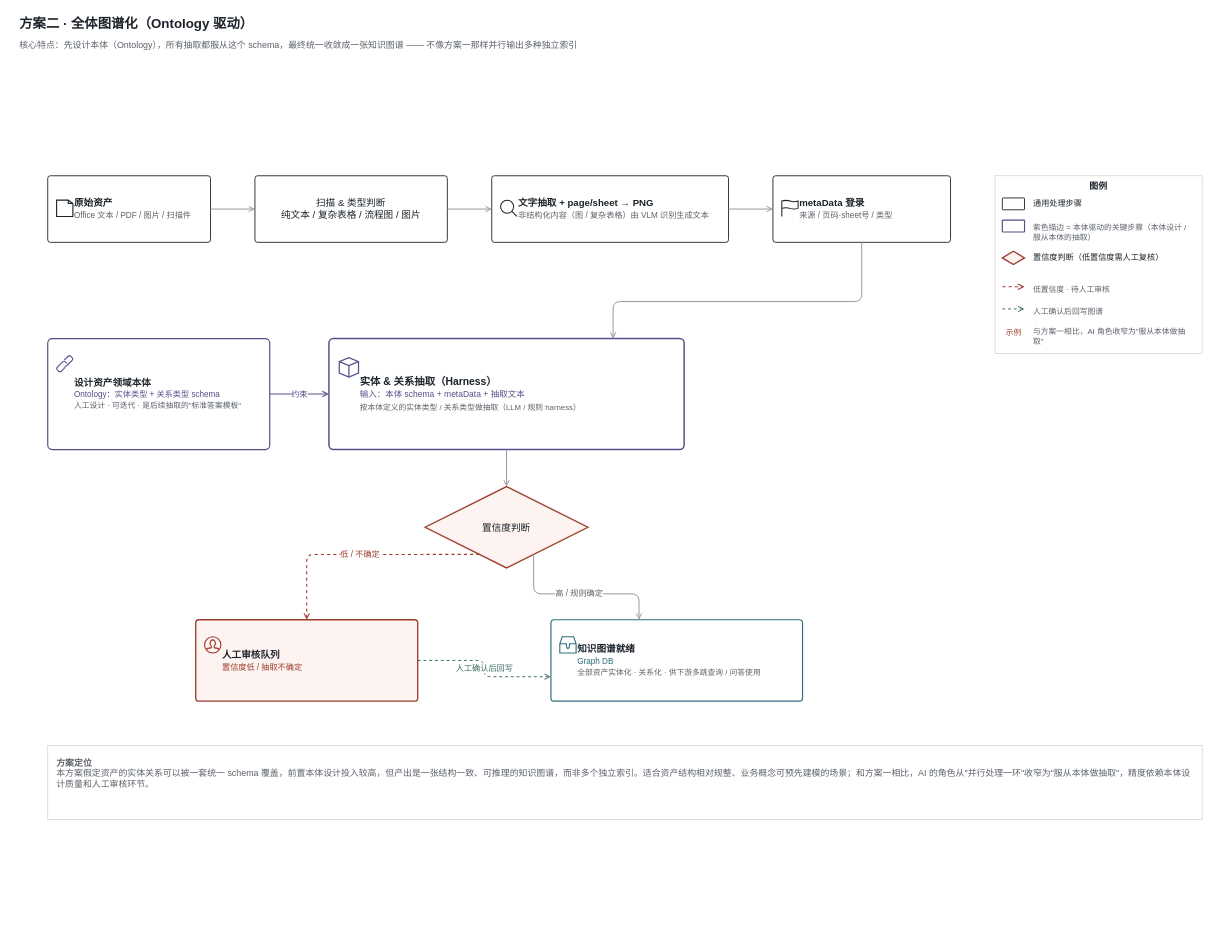
This is docs/public/diagrams/asset-structuring-02-graph.drawio from tiand23/AICompass, a draw.io file, before an edit. Source tidied: cells renumbered, new cells numbered last; positions are measured from the earlier drawing's top-left corner, leaving out a move shared by most shapes. Both pictures are drawn from the tidied source at 74%, with x=0, y=0 at pixel (18, 13).
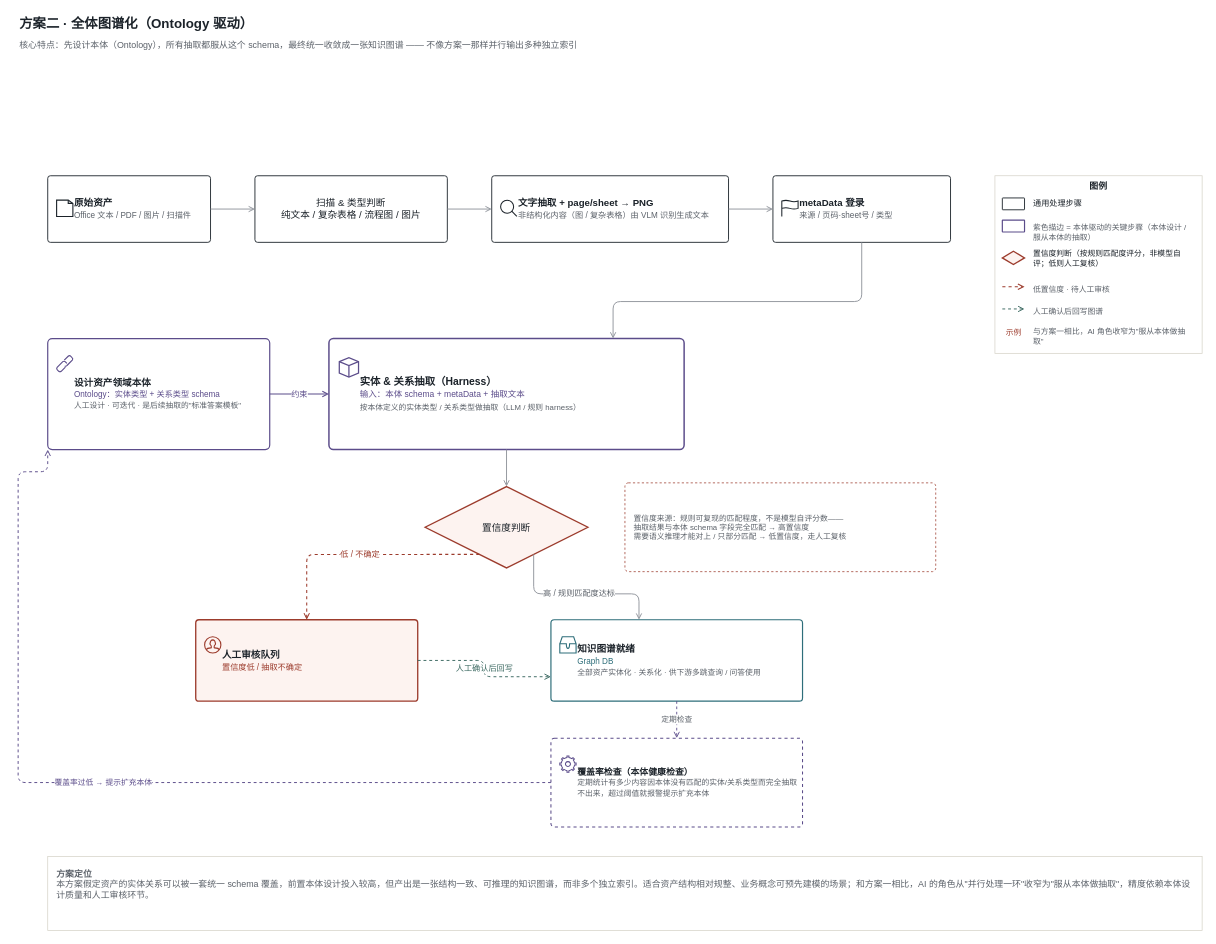
The same page after the edit.

The change refers to these unchanged cells:
```xml
<mxCell id="14" value="&lt;b&gt;设计资产领域本体&lt;/b&gt;&lt;br&gt;&lt;font color=#5B4C8A style=&quot;font-size:11px&quot;&gt;Ontology：实体类型 + 关系类型 schema&lt;/font&gt;&lt;br&gt;&lt;font color=#5B6169 style=&quot;font-size:10.5px&quot;&gt;人工设计 · 可迭代 · 是后续抽取的&quot;标准答案模板&quot;&lt;/font&gt;" style="rounded=1;arcSize=4;whiteSpace=wrap;html=1;fillColor=#FFFFFF;strokeColor=#5B4C8A;strokeWidth=1.6;align=left;verticalAlign=middle;spacingLeft=34;fontSize=13;fontColor=#1B2229;fontFamily=Helvetica;" parent="1" vertex="1">
  <mxGeometry x="40" y="440" width="300" height="150" as="geometry" />
</mxCell>
<mxCell id="20" value="置信度判断" style="rhombus;whiteSpace=wrap;html=1;fillColor=#FDF3F0;strokeColor=#9C3B2C;strokeWidth=1.8;fontSize=13;fontColor=#1B2229;fontFamily=Helvetica;" parent="1" vertex="1">
  <mxGeometry x="550" y="640" width="220" height="110" as="geometry" />
</mxCell>
<mxCell id="24" value="&lt;b&gt;知识图谱就绪&lt;/b&gt;&lt;br&gt;&lt;font color=#2E6E7A style=&quot;font-size:11px&quot;&gt;Graph DB&lt;/font&gt;&lt;br&gt;&lt;font color=#5B6169 style=&quot;font-size:10.5px&quot;&gt;全部资产实体化 · 关系化 · 供下游多跳查询 / 问答使用&lt;/font&gt;" style="rounded=1;arcSize=4;whiteSpace=wrap;html=1;fillColor=#FFFFFF;strokeColor=#2E6E7A;strokeWidth=1.6;align=left;verticalAlign=middle;spacingLeft=34;fontSize=13;fontColor=#1B2229;fontFamily=Helvetica;" parent="1" vertex="1">
  <mxGeometry x="720" y="820" width="340" height="110" as="geometry" />
</mxCell>
<mxCell id="29" value="图例" style="rounded=0;whiteSpace=wrap;html=1;fillColor=none;strokeColor=#D6D3C8;verticalAlign=top;fontStyle=1;fontSize=12;fontColor=#1B2229;fontFamily=Helvetica;" parent="1" vertex="1">
  <mxGeometry x="1320" y="220" width="280" height="240" as="geometry" />
</mxCell>
```

Change to the diagram source:
```diff
@@
+    <mxCell id="43" value="置信度来源：规则可复现的匹配程度，不是模型自评分数——&#10;抽取结果与本体 schema 字段完全匹配 → 高置信度&#10;需要语义推理才能对上 / 只部分匹配 → 低置信度，走人工复核" style="rounded=1;arcSize=4;whiteSpace=wrap;html=1;fillColor=none;strokeColor=#9C3B2C;strokeWidth=1;dashed=1;align=left;verticalAlign=middle;spacingLeft=10;fontSize=10.5;fontColor=#5B6169;fontFamily=Helvetica;" parent="1" vertex="1">
+      <mxGeometry x="820" y="635" width="420" height="120" as="geometry" />
+    </mxCell>
@@
-    <mxCell id="27" value="高 / 规则确定" style="edgeStyle=orthogonalEdgeStyle;rounded=1;html=1;strokeWidth=1.2;strokeColor=#8A8F96;endArrow=open;endFill=0;exitX=0.75;exitY=1;entryX=0.35;entryY=0;labelBackgroundColor=#FFFFFF;fontSize=11;fontColor=#5B6169;" parent="1" edge="1" source="20" target="24">
+    <mxCell id="27" value="高 / 规则匹配度达标" style="edgeStyle=orthogonalEdgeStyle;rounded=1;html=1;strokeWidth=1.2;strokeColor=#8A8F96;endArrow=open;endFill=0;exitX=0.75;exitY=1;entryX=0.35;entryY=0;labelBackgroundColor=#FFFFFF;fontSize=11;fontColor=#5B6169;" parent="1" edge="1" source="20" target="24">
       <mxGeometry relative="1" as="geometry" />
     </mxCell>
@@
+    <mxCell id="44" value="&lt;b&gt;覆盖率检查（本体健康检查）&lt;/b&gt;&lt;br&gt;&lt;font color=#5B6169 style=&quot;font-size:10.5px&quot;&gt;定期统计有多少内容因本体没有匹配的实体/关系类型而完全抽取不出来，超过阈值就报警提示扩充本体&lt;/font&gt;" style="rounded=1;arcSize=4;whiteSpace=wrap;html=1;fillColor=#FFFFFF;strokeColor=#5B4C8A;strokeWidth=1.4;dashed=1;align=left;verticalAlign=middle;spacingLeft=34;fontSize=12;fontColor=#1B2229;fontFamily=Helvetica;" parent="1" vertex="1">
+      <mxGeometry x="720" y="980" width="340" height="120" as="geometry" />
+    </mxCell>
+    <mxCell id="45" style="shape=mxgraph.ios7.icons.settings;html=1;strokeColor=#5B4C8A;fillColor=none;strokeWidth=1.4;" parent="1" vertex="1">
+      <mxGeometry x="732" y="1004" width="22" height="22" as="geometry" />
+    </mxCell>
+    <mxCell id="46" value="定期检查" style="edgeStyle=orthogonalEdgeStyle;rounded=1;html=1;dashed=1;strokeWidth=1.2;strokeColor=#5B4C8A;fontColor=#5B6169;endArrow=open;endFill=0;exitX=0.5;exitY=1;entryX=0.5;entryY=0;labelBackgroundColor=#FFFFFF;fontSize=10.5;" parent="1" edge="1" source="24" target="44">
+      <mxGeometry relative="1" as="geometry" />
+    </mxCell>
+    <mxCell id="47" value="覆盖率过低 → 提示扩充本体" style="edgeStyle=orthogonalEdgeStyle;rounded=1;html=1;dashed=1;strokeWidth=1.3;strokeColor=#5B4C8A;fontColor=#5B4C8A;endArrow=open;endFill=0;exitX=0;exitY=0.5;entryX=0;entryY=1;labelBackgroundColor=#FFFFFF;fontSize=10.5;" parent="1" edge="1" source="44" target="14">
+      <mxGeometry relative="1" as="geometry">
+        <Array as="points">
+          <mxPoint y="1040" />
+          <mxPoint y="620" />
+        </Array>
+      </mxGeometry>
+    </mxCell>
@@
-    <mxCell id="35" value="置信度判断（低置信度需人工复核）" style="text;html=1;whiteSpace=wrap;align=left;verticalAlign=middle;fontSize=11;fontColor=#1B2229;fontFamily=Helvetica;" parent="29" vertex="1">
-      <mxGeometry x="50" y="95" width="220" height="32" as="geometry" />
+    <mxCell id="35" value="置信度判断（按规则匹配度评分，非模型自评；低则人工复核）" style="text;html=1;whiteSpace=wrap;align=left;verticalAlign=middle;fontSize=10.5;fontColor=#1B2229;fontFamily=Helvetica;" parent="29" vertex="1">
+      <mxGeometry x="50" y="93" width="220" height="36" as="geometry" />
     </mxCell>
@@
     <mxCell id="42" value="&lt;b&gt;方案定位&lt;/b&gt;&lt;br&gt;本方案假定资产的实体关系可以被一套统一 schema 覆盖，前置本体设计投入较高，但产出是一张结构一致、可推理的知识图谱，而非多个独立索引。适合资产结构相对规整、业务概念可预先建模的场景；和方案一相比，AI 的角色从&quot;并行处理一环&quot;收窄为&quot;服从本体做抽取&quot;，精度依赖本体设计质量和人工审核环节。" style="rounded=0;whiteSpace=wrap;html=1;fillColor=none;strokeColor=#D6D3C8;align=left;verticalAlign=top;spacing=12;fontSize=12;fontColor=#5B6169;fontFamily=Helvetica;" parent="1" vertex="1">
-      <mxGeometry x="40" y="990" width="1560" height="100" as="geometry" />
+      <mxGeometry x="40" y="1140" width="1560" height="100" as="geometry" />
     </mxCell>
```
